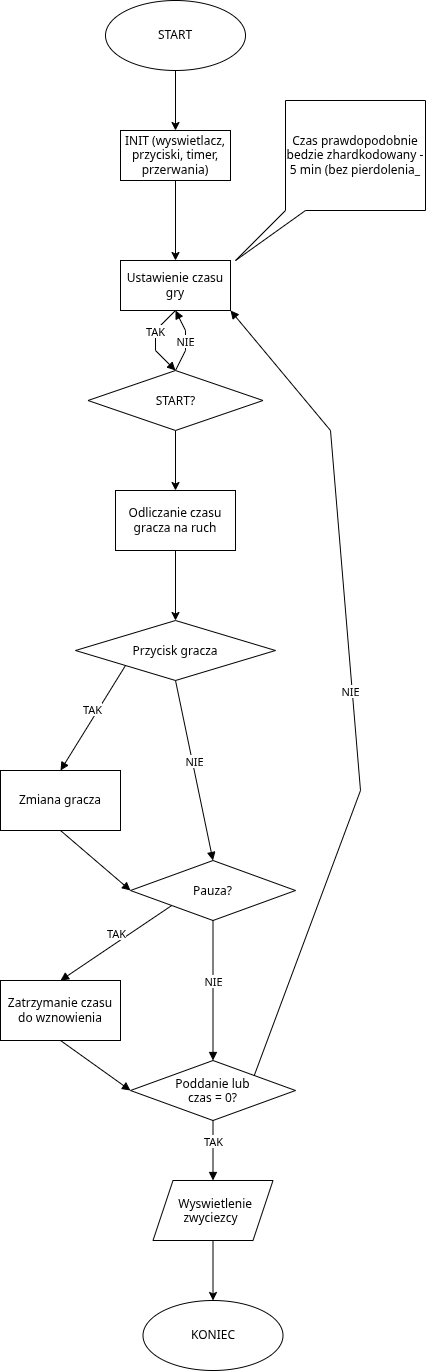
This is img/UML_chess_clock.drawio.png from SouthKioto/chess-clock, a draw.io export, as it was before one commit. Source tidied: cells renumbered, new cells last; positions are measured from the earlier drawing's top-left corner, leaving out a move shared by most shapes. Its diagram source:
```xml
<mxGraphModel>
  <root>
    <mxCell id="0" />
    <mxCell id="1" parent="0" />
    <mxCell id="2" style="edgeStyle=orthogonalEdgeStyle;rounded=0;jettySize=auto;html=1;exitX=0.5;exitY=1;exitDx=0;exitDy=0;entryX=0.5;entryY=0;entryDx=0;entryDy=0;" parent="1" edge="1" source="3" target="5">
      <mxGeometry relative="1" as="geometry" />
    </mxCell>
    <mxCell id="3" value="START" style="ellipse;whiteSpace=wrap;html=1;" parent="1" vertex="1">
      <mxGeometry x="105" width="140" height="70" as="geometry" />
    </mxCell>
    <mxCell id="4" style="edgeStyle=orthogonalEdgeStyle;rounded=0;jettySize=auto;html=1;exitX=0.5;exitY=1;exitDx=0;exitDy=0;" parent="1" edge="1" source="5" target="6">
      <mxGeometry relative="1" as="geometry" />
    </mxCell>
    <mxCell id="5" value="INIT (wyswietlacz, przyciski, timer, przerwania)" style="html=1;whiteSpace=wrap;" parent="1" vertex="1">
      <mxGeometry x="120" y="130" width="110" height="50" as="geometry" />
    </mxCell>
    <mxCell id="6" value="Ustawienie czasu gry" style="html=1;whiteSpace=wrap;" parent="1" vertex="1">
      <mxGeometry x="120" y="260" width="110" height="50" as="geometry" />
    </mxCell>
    <mxCell id="7" style="shape=wedgeCallout;whiteSpace=wrap;html=1;tipX=-0.857;tipY=0.955;" parent="1" vertex="1">
      <mxGeometry x="285" y="100" width="140" height="110" as="geometry" />
    </mxCell>
    <mxCell id="8" value="Czas prawdopodobnie bedzie zhardkodowany - 5 min (bez pierdolenia_" style="text;html=1;whiteSpace=wrap;strokeColor=none;fillColor=none;align=center;verticalAlign=middle;rounded=0;" parent="1" vertex="1">
      <mxGeometry x="285" y="120" width="140" height="70" as="geometry" />
    </mxCell>
    <mxCell id="9" style="edgeStyle=orthogonalEdgeStyle;rounded=0;jettySize=auto;html=1;exitX=0.5;exitY=1;exitDx=0;exitDy=0;" parent="1" edge="1" source="10" target="14">
      <mxGeometry relative="1" as="geometry" />
    </mxCell>
    <mxCell id="10" value="START?" style="rhombus;whiteSpace=wrap;html=1;shapeInside=1;" parent="1" vertex="1">
      <mxGeometry x="87.5" y="370" width="175" height="60" as="geometry" />
    </mxCell>
    <mxCell id="11" value="TAK" style="html=1;verticalAlign=bottom;endArrow=block;curved=0;rounded=0;exitX=0.5;exitY=1;exitDx=0;exitDy=0;entryX=0.5;entryY=0;entryDx=0;entryDy=0;" parent="1" edge="1" source="6" target="10">
      <mxGeometry relative="1" as="geometry">
        <Array as="points">
          <mxPoint x="155" y="330" />
          <mxPoint x="155" y="350" />
        </Array>
      </mxGeometry>
    </mxCell>
    <mxCell id="12" value="NIE" style="html=1;verticalAlign=bottom;endArrow=block;curved=0;rounded=0;exitX=0.5;exitY=1;exitDx=0;exitDy=0;entryX=0.5;entryY=0;entryDx=0;entryDy=0;" parent="1" edge="1">
      <mxGeometry x="-0.31" relative="1" as="geometry">
        <mxPoint x="175" y="370" as="sourcePoint" />
        <mxPoint x="175" y="310" as="targetPoint" />
        <Array as="points">
          <mxPoint x="185" y="350" />
          <mxPoint x="185" y="330" />
        </Array>
      </mxGeometry>
    </mxCell>
    <mxCell id="13" style="edgeStyle=orthogonalEdgeStyle;rounded=0;jettySize=auto;html=1;" parent="1" edge="1" source="14" target="15">
      <mxGeometry relative="1" as="geometry" />
    </mxCell>
    <mxCell id="14" value="Odliczanie czasu gracza na ruch" style="rounded=0;whiteSpace=wrap;html=1;" parent="1" vertex="1">
      <mxGeometry x="115" y="490" width="120" height="60" as="geometry" />
    </mxCell>
    <mxCell id="15" value="Przycisk gracza" style="rhombus;whiteSpace=wrap;html=1;shapeInside=1;rounded=0;" parent="1" vertex="1">
      <mxGeometry x="75" y="620" width="200" height="60" as="geometry" />
    </mxCell>
    <mxCell id="16" value="Zmiana gracza" style="rounded=0;whiteSpace=wrap;html=1;" parent="1" vertex="1">
      <mxGeometry y="770" width="120" height="60" as="geometry" />
    </mxCell>
    <mxCell id="17" value="TAK" style="html=1;verticalAlign=bottom;endArrow=block;curved=0;rounded=0;exitX=0;exitY=1;exitDx=0;exitDy=0;entryX=0.5;entryY=0;entryDx=0;entryDy=0;" parent="1" edge="1" source="15" target="16">
      <mxGeometry relative="1" as="geometry" />
    </mxCell>
    <mxCell id="18" value="NIE" style="html=1;verticalAlign=bottom;endArrow=block;curved=0;rounded=0;exitX=0.5;exitY=1;exitDx=0;exitDy=0;entryX=0.5;entryY=0;entryDx=0;entryDy=0;" parent="1" edge="1" source="15" target="19">
      <mxGeometry relative="1" as="geometry" />
    </mxCell>
    <mxCell id="19" value="Pauza?" style="rhombus;whiteSpace=wrap;html=1;shapeInside=1;" parent="1" vertex="1">
      <mxGeometry x="130" y="860" width="165" height="60" as="geometry" />
    </mxCell>
    <mxCell id="20" style="html=1;verticalAlign=bottom;endArrow=block;curved=0;rounded=0;exitX=0.5;exitY=1;exitDx=0;exitDy=0;entryX=0;entryY=0.5;entryDx=0;entryDy=0;" parent="1" edge="1" source="16" target="19">
      <mxGeometry relative="1" as="geometry" />
    </mxCell>
    <mxCell id="21" value="TAK" style="html=1;verticalAlign=bottom;endArrow=block;curved=0;rounded=0;exitX=0;exitY=1;exitDx=0;exitDy=0;entryX=0.5;entryY=0;entryDx=0;entryDy=0;" parent="1" edge="1" source="19" target="22">
      <mxGeometry relative="1" as="geometry" />
    </mxCell>
    <mxCell id="22" value="Zatrzymanie czasu do wznowienia" style="rounded=0;whiteSpace=wrap;html=1;" parent="1" vertex="1">
      <mxGeometry y="980" width="120" height="60" as="geometry" />
    </mxCell>
    <mxCell id="23" value="NIE" style="html=1;verticalAlign=bottom;endArrow=block;curved=0;rounded=0;exitX=0.5;exitY=1;exitDx=0;exitDy=0;entryX=0.5;entryY=0;entryDx=0;entryDy=0;" parent="1" edge="1" source="19" target="24">
      <mxGeometry relative="1" as="geometry" />
    </mxCell>
    <mxCell id="24" value="Poddanie lub czas = 0?" style="rhombus;whiteSpace=wrap;html=1;shapeInside=1;" parent="1" vertex="1">
      <mxGeometry x="130" y="1060" width="165" height="60" as="geometry" />
    </mxCell>
    <mxCell id="25" style="html=1;verticalAlign=bottom;endArrow=block;curved=0;rounded=0;exitX=0.5;exitY=1;exitDx=0;exitDy=0;entryX=0;entryY=0.5;entryDx=0;entryDy=0;" parent="1" edge="1" source="22" target="24">
      <mxGeometry relative="1" as="geometry" />
    </mxCell>
    <mxCell id="26" value="NIE" style="html=1;verticalAlign=bottom;endArrow=block;curved=0;rounded=0;exitX=1;exitY=0;exitDx=0;exitDy=0;entryX=1;entryY=1;entryDx=0;entryDy=0;" parent="1" edge="1" source="24" target="6">
      <mxGeometry x="-0.04" y="2" relative="1" as="geometry">
        <Array as="points">
          <mxPoint x="360" y="790" />
          <mxPoint x="330" y="430" />
        </Array>
      </mxGeometry>
    </mxCell>
    <mxCell id="27" value="TAK" style="html=1;verticalAlign=bottom;endArrow=block;curved=0;rounded=0;exitX=0.5;exitY=1;exitDx=0;exitDy=0;" parent="1" edge="1" source="24" target="29">
      <mxGeometry relative="1" as="geometry" />
    </mxCell>
    <mxCell id="28" style="edgeStyle=orthogonalEdgeStyle;rounded=0;jettySize=auto;html=1;exitX=0.5;exitY=1;exitDx=0;exitDy=0;entryX=0.5;entryY=0;entryDx=0;entryDy=0;" parent="1" edge="1" source="29" target="30">
      <mxGeometry relative="1" as="geometry" />
    </mxCell>
    <mxCell id="29" value="Wyswietlenie zwyciezcy" style="shape=parallelogram;perimeter=parallelogramPerimeter;whiteSpace=wrap;html=1;shapeInside=1;fixedSize=1;" parent="1" vertex="1">
      <mxGeometry x="152.5" y="1180" width="120" height="60" as="geometry" />
    </mxCell>
    <mxCell id="30" value="KONIEC" style="ellipse;whiteSpace=wrap;html=1;" parent="1" vertex="1">
      <mxGeometry x="142.5" y="1300" width="140" height="70" as="geometry" />
    </mxCell>
  </root>
</mxGraphModel>
```
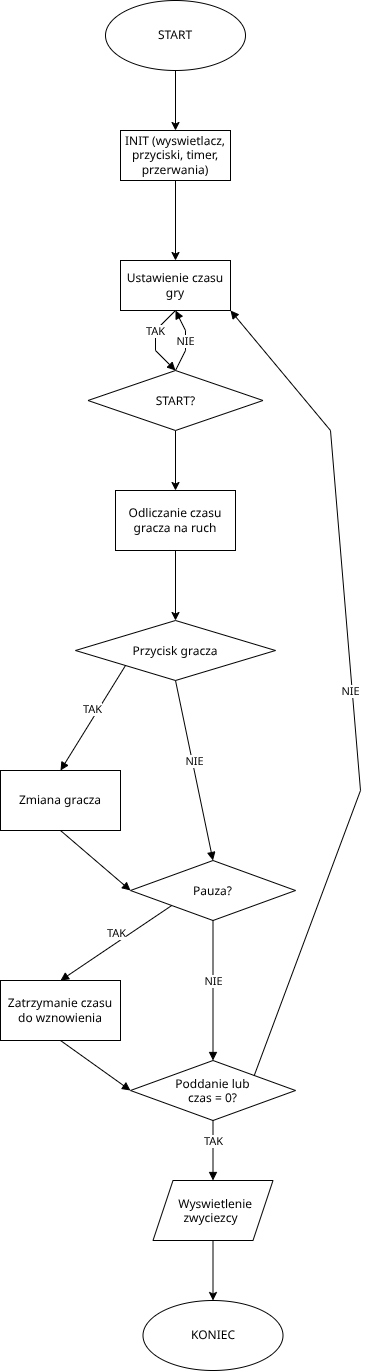
After the commit.

Diff of the diagram source:
```diff
@@ -1,4 +1,4 @@
-<mxGraphModel>
+<mxGraphModel background="light-dark(#FFFFFF,#EBEBEB)">
   <root>
     <mxCell id="0" />
     <mxCell id="1" parent="0" />
@@ -17,12 +17,6 @@
     <mxCell id="6" value="Ustawienie czasu gry" style="html=1;whiteSpace=wrap;" parent="1" vertex="1">
       <mxGeometry x="120" y="260" width="110" height="50" as="geometry" />
     </mxCell>
-    <mxCell id="7" style="shape=wedgeCallout;whiteSpace=wrap;html=1;tipX=-0.857;tipY=0.955;" parent="1" vertex="1">
-      <mxGeometry x="285" y="100" width="140" height="110" as="geometry" />
-    </mxCell>
-    <mxCell id="8" value="Czas prawdopodobnie bedzie zhardkodowany - 5 min (bez pierdolenia_" style="text;html=1;whiteSpace=wrap;strokeColor=none;fillColor=none;align=center;verticalAlign=middle;rounded=0;" parent="1" vertex="1">
-      <mxGeometry x="285" y="120" width="140" height="70" as="geometry" />
-    </mxCell>
     <mxCell id="9" style="edgeStyle=orthogonalEdgeStyle;rounded=0;jettySize=auto;html=1;exitX=0.5;exitY=1;exitDx=0;exitDy=0;" parent="1" edge="1" source="10" target="14">
       <mxGeometry relative="1" as="geometry" />
     </mxCell>
```
